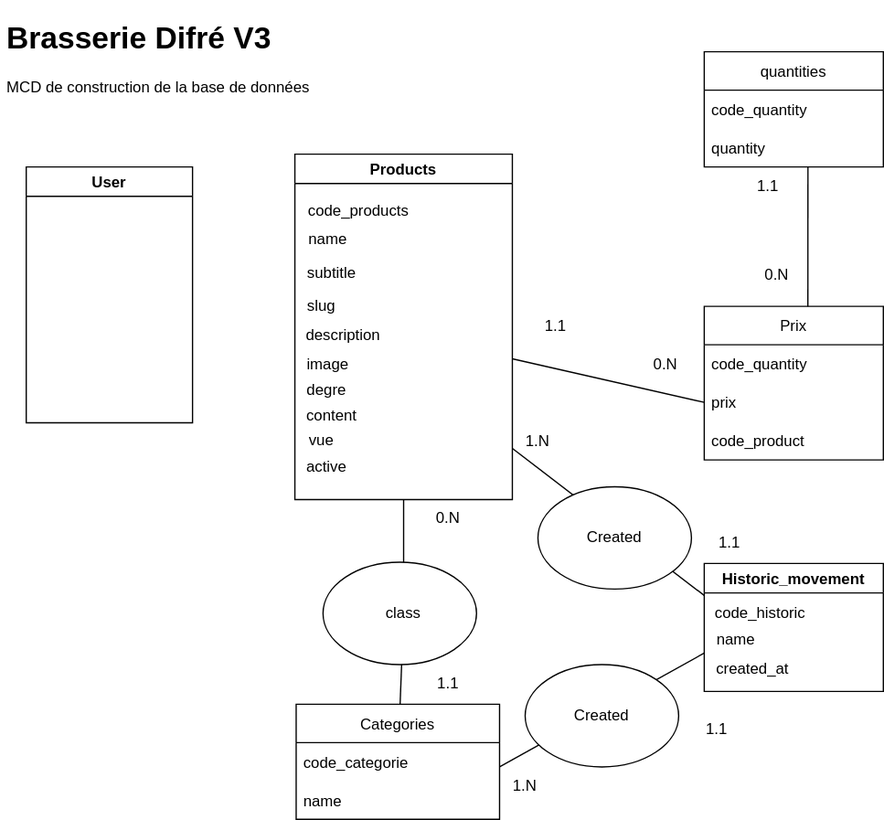
The draw.io diagram sources/mcd.drawio.svg in maitrecanard/brasseriedifre_v3, before a commit. Source tidied: cells renumbered, new cells last; positions are measured from the earlier drawing's top-left corner, leaving out a move shared by most shapes.
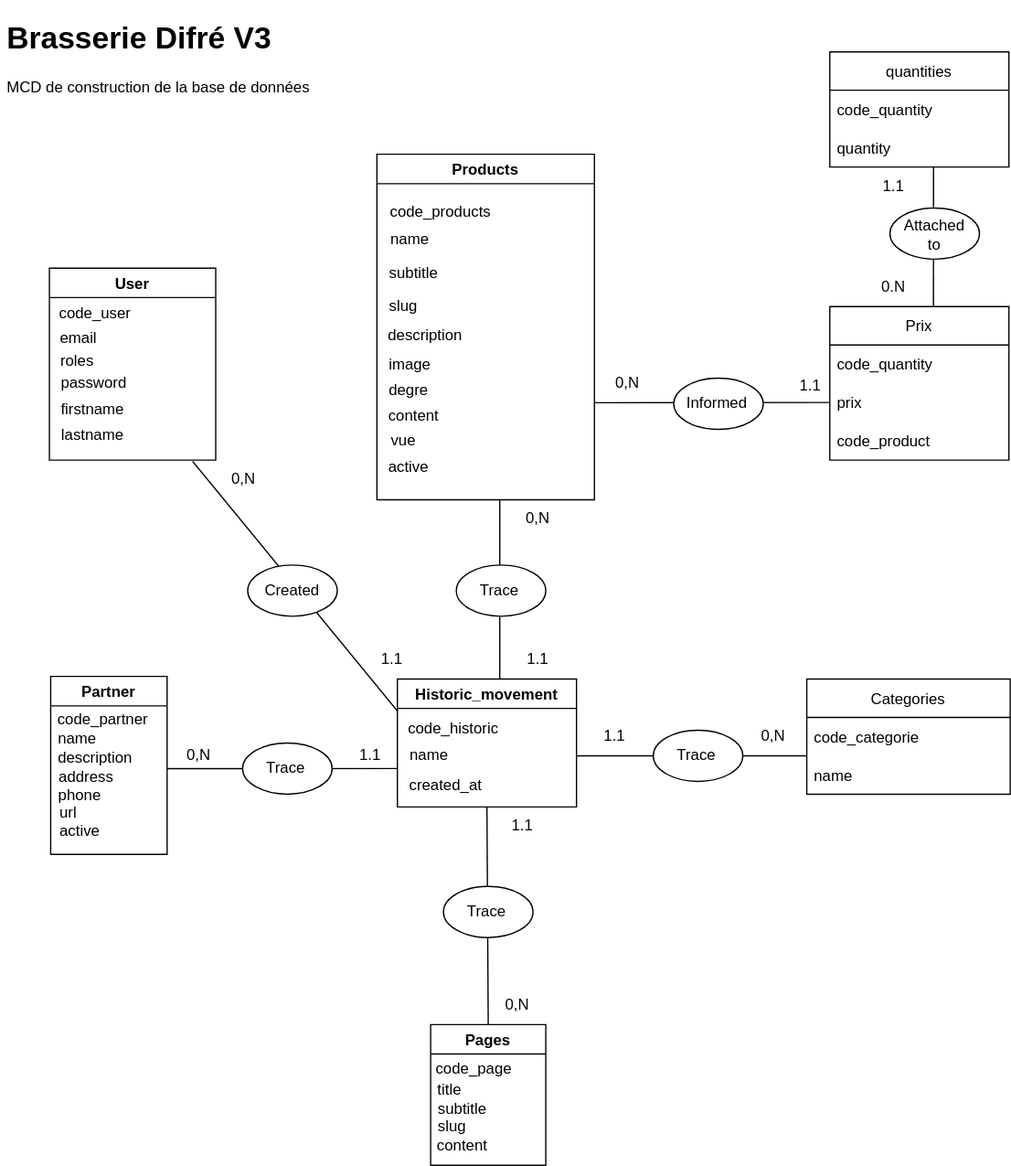
Above is the later version.

Commit message:
maj MCD

Diff of the diagram source:
```diff
@@ -8,9 +8,24 @@
     <mxCell id="3" value="User" style="swimlane;" parent="1" vertex="1">
-      <mxGeometry x="20" y="120" width="130" height="200" as="geometry" />
+      <mxGeometry x="38" y="199" width="130" height="150" as="geometry" />
     </mxCell>
-    <mxCell id="4" style="edgeStyle=none;html=1;" parent="1" edge="1" source="5" target="21">
-      <mxGeometry relative="1" as="geometry" />
-    </mxCell>
+    <mxCell id="49" value="code_user" style="text;html=1;strokeColor=none;fillColor=none;align=center;verticalAlign=middle;whiteSpace=wrap;rounded=0;" parent="3" vertex="1">
+      <mxGeometry x="6" y="21" width="60" height="30" as="geometry" />
+    </mxCell>
+    <mxCell id="50" value="email" style="text;html=1;strokeColor=none;fillColor=none;align=center;verticalAlign=middle;whiteSpace=wrap;rounded=0;" parent="3" vertex="1">
+      <mxGeometry x="-7" y="40" width="60" height="30" as="geometry" />
+    </mxCell>
+    <mxCell id="51" value="roles" style="text;html=1;strokeColor=none;fillColor=none;align=center;verticalAlign=middle;whiteSpace=wrap;rounded=0;" parent="3" vertex="1">
+      <mxGeometry x="-8" y="58" width="60" height="30" as="geometry" />
+    </mxCell>
+    <mxCell id="52" value="password" style="text;html=1;strokeColor=none;fillColor=none;align=center;verticalAlign=middle;whiteSpace=wrap;rounded=0;" parent="3" vertex="1">
+      <mxGeometry x="5" y="75" width="60" height="30" as="geometry" />
+    </mxCell>
+    <mxCell id="53" value="firstname" style="text;html=1;strokeColor=none;fillColor=none;align=center;verticalAlign=middle;whiteSpace=wrap;rounded=0;" parent="3" vertex="1">
+      <mxGeometry x="4" y="96" width="60" height="30" as="geometry" />
+    </mxCell>
+    <mxCell id="54" value="lastname" style="text;html=1;strokeColor=none;fillColor=none;align=center;verticalAlign=middle;whiteSpace=wrap;rounded=0;" parent="3" vertex="1">
+      <mxGeometry x="4" y="116" width="60" height="30" as="geometry" />
+    </mxCell>
     <mxCell id="5" value="Products" style="swimlane;" parent="1" vertex="1">
-      <mxGeometry x="230" y="110" width="170" height="270" as="geometry" />
+      <mxGeometry x="294" y="110" width="170" height="270" as="geometry" />
     </mxCell>
@@ -46,7 +61,4 @@
     </mxCell>
-    <mxCell id="16" style="edgeStyle=none;html=1;" parent="1" edge="1" source="17" target="21">
-      <mxGeometry relative="1" as="geometry" />
-    </mxCell>
     <mxCell id="17" value="Categories" style="swimlane;fontStyle=0;horizontal=1;startSize=30;" parent="1" vertex="1">
-      <mxGeometry x="231" y="540" width="159" height="90" as="geometry" />
+      <mxGeometry x="630" y="520" width="159" height="90" as="geometry" />
     </mxCell>
@@ -58,16 +70,4 @@
     </mxCell>
-    <mxCell id="20" style="ellipse;whiteSpace=wrap;html=1;" parent="1" vertex="1">
-      <mxGeometry x="252" y="429" width="120" height="80" as="geometry" />
-    </mxCell>
-    <mxCell id="21" value="class" style="text;html=1;strokeColor=none;fillColor=none;align=center;verticalAlign=middle;whiteSpace=wrap;rounded=0;" parent="1" vertex="1">
-      <mxGeometry x="285" y="454" width="60" height="30" as="geometry" />
-    </mxCell>
-    <mxCell id="22" value="1.1" style="text;html=1;strokeColor=none;fillColor=none;align=center;verticalAlign=middle;whiteSpace=wrap;rounded=0;" parent="1" vertex="1">
-      <mxGeometry x="320" y="509" width="60" height="30" as="geometry" />
-    </mxCell>
-    <mxCell id="23" value="0.N" style="text;html=1;strokeColor=none;fillColor=none;align=center;verticalAlign=middle;whiteSpace=wrap;rounded=0;" parent="1" vertex="1">
-      <mxGeometry x="320" y="380" width="60" height="30" as="geometry" />
-    </mxCell>
     <mxCell id="24" value="Prix" style="swimlane;fontStyle=0;horizontal=1;startSize=30;" parent="1" vertex="1">
-      <mxGeometry x="550" y="229" width="140" height="120" as="geometry" />
+      <mxGeometry x="648" y="229" width="140" height="120" as="geometry" />
     </mxCell>
@@ -83,3 +83,3 @@
     <mxCell id="28" value="quantities" style="swimlane;fontStyle=0;horizontal=1;startSize=30;" parent="1" vertex="1">
-      <mxGeometry x="550" y="30" width="140" height="90" as="geometry" />
+      <mxGeometry x="648" y="30" width="140" height="90" as="geometry" />
     </mxCell>
@@ -91,5 +91,5 @@
     </mxCell>
-    <mxCell id="31" style="endArrow=none;html=1;entryX=0;entryY=0.5;entryDx=0;entryDy=0;" parent="1" edge="1" target="26">
+    <mxCell id="31" style="endArrow=none;html=1;entryX=0;entryY=0.5;entryDx=0;entryDy=0;exitX=0.068;exitY=1.006;exitDx=0;exitDy=0;exitPerimeter=0;" parent="1" edge="1" source="59">
       <mxGeometry relative="1" as="geometry">
-        <mxPoint x="400" y="270" as="sourcePoint" />
+        <mxPoint x="648" y="304" as="targetPoint" />
       </mxGeometry>
@@ -98,20 +98,14 @@
       <mxGeometry relative="1" as="geometry">
-        <mxPoint x="631" y="229" as="sourcePoint" />
-        <mxPoint x="631.1" y="120" as="targetPoint" />
+        <mxPoint x="729" y="229" as="sourcePoint" />
+        <mxPoint x="729.1" y="120" as="targetPoint" />
       </mxGeometry>
     </mxCell>
-    <mxCell id="33" value="0.N" style="text;html=1;strokeColor=none;fillColor=none;align=center;verticalAlign=middle;whiteSpace=wrap;rounded=0;" parent="1" vertex="1">
-      <mxGeometry x="490" y="260" width="60" height="30" as="geometry" />
-    </mxCell>
-    <mxCell id="34" value="1.1" style="text;html=1;strokeColor=none;fillColor=none;align=center;verticalAlign=middle;whiteSpace=wrap;rounded=0;rotation=0;" parent="1" vertex="1">
-      <mxGeometry x="404" y="230" width="60" height="30" as="geometry" />
-    </mxCell>
     <mxCell id="35" value="0.N" style="text;html=1;strokeColor=none;fillColor=none;align=center;verticalAlign=middle;whiteSpace=wrap;rounded=0;" parent="1" vertex="1">
-      <mxGeometry x="577" y="190" width="60" height="30" as="geometry" />
+      <mxGeometry x="668" y="199" width="60" height="30" as="geometry" />
     </mxCell>
     <mxCell id="36" value="1.1" style="text;html=1;strokeColor=none;fillColor=none;align=center;verticalAlign=middle;whiteSpace=wrap;rounded=0;" parent="1" vertex="1">
-      <mxGeometry x="570" y="120" width="60" height="30" as="geometry" />
+      <mxGeometry x="668" y="120" width="60" height="30" as="geometry" />
     </mxCell>
     <mxCell id="37" value="Historic_movement" style="swimlane;" parent="1" vertex="1">
-      <mxGeometry x="550" y="430" width="140" height="100" as="geometry" />
+      <mxGeometry x="310" y="520" width="140" height="100" as="geometry" />
     </mxCell>
@@ -126,31 +120,147 @@
     </mxCell>
-    <mxCell id="41" style="endArrow=none;html=1;entryX=0;entryY=0.25;entryDx=0;entryDy=0;" parent="1" edge="1" target="37">
-      <mxGeometry relative="1" as="geometry">
-        <mxPoint x="400" y="340" as="sourcePoint" />
-      </mxGeometry>
-    </mxCell>
-    <mxCell id="42" style="endArrow=none;html=1;" parent="1" edge="1">
-      <mxGeometry relative="1" as="geometry">
-        <mxPoint x="390" y="589" as="sourcePoint" />
-        <mxPoint x="550" y="500" as="targetPoint" />
-      </mxGeometry>
-    </mxCell>
-    <mxCell id="43" value="Created" style="ellipse;whiteSpace=wrap;html=1;" parent="1" vertex="1">
-      <mxGeometry x="420" y="370" width="120" height="80" as="geometry" />
-    </mxCell>
-    <mxCell id="44" value="Created" style="ellipse;whiteSpace=wrap;html=1;" parent="1" vertex="1">
-      <mxGeometry x="410" y="509" width="120" height="80" as="geometry" />
-    </mxCell>
-    <mxCell id="45" value="1.N" style="text;html=1;strokeColor=none;fillColor=none;align=center;verticalAlign=middle;whiteSpace=wrap;rounded=0;" parent="1" vertex="1">
-      <mxGeometry x="390" y="320" width="60" height="30" as="geometry" />
-    </mxCell>
-    <mxCell id="46" value="1.1" style="text;html=1;strokeColor=none;fillColor=none;align=center;verticalAlign=middle;whiteSpace=wrap;rounded=0;" parent="1" vertex="1">
-      <mxGeometry x="540" y="399" width="60" height="30" as="geometry" />
-    </mxCell>
-    <mxCell id="47" value="1.N" style="text;html=1;strokeColor=none;fillColor=none;align=center;verticalAlign=middle;whiteSpace=wrap;rounded=0;" parent="1" vertex="1">
-      <mxGeometry x="380" y="589" width="60" height="30" as="geometry" />
-    </mxCell>
-    <mxCell id="48" value="1.1" style="text;html=1;strokeColor=none;fillColor=none;align=center;verticalAlign=middle;whiteSpace=wrap;rounded=0;" parent="1" vertex="1">
-      <mxGeometry x="530" y="545" width="60" height="30" as="geometry" />
-    </mxCell>
+    <mxCell id="55" style="endArrow=none;html=1;" parent="1" edge="1">
+      <mxGeometry relative="1" as="geometry">
+        <mxPoint x="450" y="580" as="sourcePoint" />
+        <mxPoint x="630" y="580" as="targetPoint" />
+      </mxGeometry>
+    </mxCell>
+    <mxCell id="56" style="endArrow=none;html=1;" parent="1" edge="1">
+      <mxGeometry relative="1" as="geometry">
+        <mxPoint x="390" y="520" as="sourcePoint" />
+        <mxPoint x="390" y="380" as="targetPoint" />
+      </mxGeometry>
+    </mxCell>
+    <mxCell id="57" style="ellipse;whiteSpace=wrap;html=1;" parent="1" vertex="1">
+      <mxGeometry x="526" y="285" width="70" height="40" as="geometry" />
+    </mxCell>
+    <mxCell id="58" value="Informed" style="text;html=1;strokeColor=none;fillColor=none;align=center;verticalAlign=middle;whiteSpace=wrap;rounded=0;" parent="1" vertex="1">
+      <mxGeometry x="530" y="290" width="60" height="30" as="geometry" />
+    </mxCell>
+    <mxCell id="59" value="0,N" style="text;html=1;strokeColor=none;fillColor=none;align=center;verticalAlign=middle;whiteSpace=wrap;rounded=0;" parent="1" vertex="1">
+      <mxGeometry x="460" y="274" width="60" height="30" as="geometry" />
+    </mxCell>
+    <mxCell id="60" value="1.1" style="text;html=1;strokeColor=none;fillColor=none;align=center;verticalAlign=middle;whiteSpace=wrap;rounded=0;" parent="1" vertex="1">
+      <mxGeometry x="603" y="276" width="60" height="30" as="geometry" />
+    </mxCell>
+    <mxCell id="61" style="ellipse;whiteSpace=wrap;html=1;" parent="1" vertex="1">
+      <mxGeometry x="510" y="560" width="70" height="40" as="geometry" />
+    </mxCell>
+    <mxCell id="62" value="Trace" style="text;html=1;strokeColor=none;fillColor=none;align=center;verticalAlign=middle;whiteSpace=wrap;rounded=0;" parent="1" vertex="1">
+      <mxGeometry x="514" y="565" width="60" height="30" as="geometry" />
+    </mxCell>
+    <mxCell id="63" value="1.1" style="text;html=1;strokeColor=none;fillColor=none;align=center;verticalAlign=middle;whiteSpace=wrap;rounded=0;" parent="1" vertex="1">
+      <mxGeometry x="390" y="490" width="60" height="30" as="geometry" />
+    </mxCell>
+    <mxCell id="64" value="1.1" style="text;html=1;strokeColor=none;fillColor=none;align=center;verticalAlign=middle;whiteSpace=wrap;rounded=0;" parent="1" vertex="1">
+      <mxGeometry x="450" y="550" width="60" height="30" as="geometry" />
+    </mxCell>
+    <mxCell id="65" style="ellipse;whiteSpace=wrap;html=1;" parent="1" vertex="1">
+      <mxGeometry x="356" y="431" width="70" height="40" as="geometry" />
+    </mxCell>
+    <mxCell id="66" value="Trace" style="text;html=1;strokeColor=none;fillColor=none;align=center;verticalAlign=middle;whiteSpace=wrap;rounded=0;" parent="1" vertex="1">
+      <mxGeometry x="360" y="436" width="60" height="30" as="geometry" />
+    </mxCell>
+    <mxCell id="67" value="0,N" style="text;html=1;strokeColor=none;fillColor=none;align=center;verticalAlign=middle;whiteSpace=wrap;rounded=0;" parent="1" vertex="1">
+      <mxGeometry x="390" y="380" width="60" height="30" as="geometry" />
+    </mxCell>
+    <mxCell id="68" value="0,N" style="text;html=1;strokeColor=none;fillColor=none;align=center;verticalAlign=middle;whiteSpace=wrap;rounded=0;" parent="1" vertex="1">
+      <mxGeometry x="574" y="550" width="60" height="30" as="geometry" />
+    </mxCell>
+    <mxCell id="69" style="ellipse;whiteSpace=wrap;html=1;" parent="1" vertex="1">
+      <mxGeometry x="695" y="152" width="70" height="40" as="geometry" />
+    </mxCell>
+    <mxCell id="70" value="Attached to" style="text;html=1;strokeColor=none;fillColor=none;align=center;verticalAlign=middle;whiteSpace=wrap;rounded=0;" parent="1" vertex="1">
+      <mxGeometry x="700" y="158" width="60" height="30" as="geometry" />
+    </mxCell>
+    <mxCell id="71" value="Partner" style="swimlane;" parent="1" vertex="1">
+      <mxGeometry x="39" y="518" width="91" height="139" as="geometry" />
+    </mxCell>
+    <mxCell id="72" value="code_partner" style="text;html=1;strokeColor=none;fillColor=none;align=center;verticalAlign=middle;whiteSpace=wrap;rounded=0;" parent="71" vertex="1">
+      <mxGeometry x="11" y="19" width="60" height="30" as="geometry" />
+    </mxCell>
+    <mxCell id="73" value="name" style="text;html=1;strokeColor=none;fillColor=none;align=center;verticalAlign=middle;whiteSpace=wrap;rounded=0;" parent="71" vertex="1">
+      <mxGeometry x="-9" y="34" width="60" height="30" as="geometry" />
+    </mxCell>
+    <mxCell id="74" value="description" style="text;html=1;strokeColor=none;fillColor=none;align=center;verticalAlign=middle;whiteSpace=wrap;rounded=0;" parent="71" vertex="1">
+      <mxGeometry x="5" y="49" width="60" height="30" as="geometry" />
+    </mxCell>
+    <mxCell id="75" value="address" style="text;html=1;strokeColor=none;fillColor=none;align=center;verticalAlign=middle;whiteSpace=wrap;rounded=0;" parent="71" vertex="1">
+      <mxGeometry x="-2" y="64" width="60" height="30" as="geometry" />
+    </mxCell>
+    <mxCell id="76" value="phone" style="text;html=1;strokeColor=none;fillColor=none;align=center;verticalAlign=middle;whiteSpace=wrap;rounded=0;" parent="71" vertex="1">
+      <mxGeometry x="-7" y="78" width="60" height="30" as="geometry" />
+    </mxCell>
+    <mxCell id="77" value="url" style="text;html=1;strokeColor=none;fillColor=none;align=center;verticalAlign=middle;whiteSpace=wrap;rounded=0;" parent="71" vertex="1">
+      <mxGeometry x="-16" y="92" width="60" height="30" as="geometry" />
+    </mxCell>
+    <mxCell id="78" value="active" style="text;html=1;strokeColor=none;fillColor=none;align=center;verticalAlign=middle;whiteSpace=wrap;rounded=0;" parent="71" vertex="1">
+      <mxGeometry x="-7" y="106" width="60" height="30" as="geometry" />
+    </mxCell>
+    <mxCell id="79" style="endArrow=none;html=1;entryX=0.083;entryY=0.833;entryDx=0;entryDy=0;entryPerimeter=0;" parent="1" edge="1" target="39">
+      <mxGeometry relative="1" as="geometry">
+        <mxPoint x="130" y="590" as="sourcePoint" />
+      </mxGeometry>
+    </mxCell>
+    <mxCell id="80" style="ellipse;whiteSpace=wrap;html=1;" parent="1" vertex="1">
+      <mxGeometry x="189" y="570" width="70" height="40" as="geometry" />
+    </mxCell>
+    <mxCell id="81" value="Trace" style="text;html=1;strokeColor=none;fillColor=none;align=center;verticalAlign=middle;whiteSpace=wrap;rounded=0;" parent="1" vertex="1">
+      <mxGeometry x="193" y="575" width="60" height="30" as="geometry" />
+    </mxCell>
+    <mxCell id="82" value="0,N" style="text;html=1;strokeColor=none;fillColor=none;align=center;verticalAlign=middle;whiteSpace=wrap;rounded=0;" parent="1" vertex="1">
+      <mxGeometry x="125" y="565" width="60" height="30" as="geometry" />
+    </mxCell>
+    <mxCell id="83" value="1.1" style="text;html=1;strokeColor=none;fillColor=none;align=center;verticalAlign=middle;whiteSpace=wrap;rounded=0;" parent="1" vertex="1">
+      <mxGeometry x="259" y="565" width="60" height="30" as="geometry" />
+    </mxCell>
+    <mxCell id="84" value="Pages" style="swimlane;" parent="1" vertex="1">
+      <mxGeometry x="336" y="790" width="90" height="110" as="geometry" />
+    </mxCell>
+    <mxCell id="85" value="code_page" style="text;html=1;strokeColor=none;fillColor=none;align=center;verticalAlign=middle;whiteSpace=wrap;rounded=0;" parent="84" vertex="1">
+      <mxGeometry x="4" y="20" width="60" height="30" as="geometry" />
+    </mxCell>
+    <mxCell id="86" value="title" style="text;html=1;strokeColor=none;fillColor=none;align=center;verticalAlign=middle;whiteSpace=wrap;rounded=0;" parent="84" vertex="1">
+      <mxGeometry x="-15" y="36" width="60" height="30" as="geometry" />
+    </mxCell>
+    <mxCell id="87" value="subtitle" style="text;html=1;strokeColor=none;fillColor=none;align=center;verticalAlign=middle;whiteSpace=wrap;rounded=0;" parent="84" vertex="1">
+      <mxGeometry x="-5" y="51" width="60" height="30" as="geometry" />
+    </mxCell>
+    <mxCell id="88" value="slug" style="text;html=1;strokeColor=none;fillColor=none;align=center;verticalAlign=middle;whiteSpace=wrap;rounded=0;" parent="84" vertex="1">
+      <mxGeometry x="-13" y="65" width="60" height="30" as="geometry" />
+    </mxCell>
+    <mxCell id="89" value="content" style="text;html=1;strokeColor=none;fillColor=none;align=center;verticalAlign=middle;whiteSpace=wrap;rounded=0;" parent="84" vertex="1">
+      <mxGeometry x="-5" y="80" width="60" height="30" as="geometry" />
+    </mxCell>
+    <mxCell id="90" style="endArrow=none;html=1;entryX=0.5;entryY=1;entryDx=0;entryDy=0;exitX=0.5;exitY=0;exitDx=0;exitDy=0;" parent="1" edge="1" source="84" target="37">
+      <mxGeometry relative="1" as="geometry" />
+    </mxCell>
+    <mxCell id="91" style="ellipse;whiteSpace=wrap;html=1;" parent="1" vertex="1">
+      <mxGeometry x="346" y="682" width="70" height="40" as="geometry" />
+    </mxCell>
+    <mxCell id="92" value="Trace" style="text;html=1;strokeColor=none;fillColor=none;align=center;verticalAlign=middle;whiteSpace=wrap;rounded=0;" parent="1" vertex="1">
+      <mxGeometry x="350" y="687" width="60" height="30" as="geometry" />
+    </mxCell>
+    <mxCell id="93" value="0,N" style="text;html=1;strokeColor=none;fillColor=none;align=center;verticalAlign=middle;whiteSpace=wrap;rounded=0;" parent="1" vertex="1">
+      <mxGeometry x="374" y="760" width="60" height="30" as="geometry" />
+    </mxCell>
+    <mxCell id="94" value="1.1" style="text;html=1;strokeColor=none;fillColor=none;align=center;verticalAlign=middle;whiteSpace=wrap;rounded=0;" parent="1" vertex="1">
+      <mxGeometry x="378" y="620" width="60" height="30" as="geometry" />
+    </mxCell>
+    <mxCell id="95" style="endArrow=none;html=1;entryX=0;entryY=0.25;entryDx=0;entryDy=0;" parent="1" edge="1" target="37">
+      <mxGeometry relative="1" as="geometry">
+        <mxPoint x="150" y="350" as="sourcePoint" />
+      </mxGeometry>
+    </mxCell>
+    <mxCell id="96" style="ellipse;whiteSpace=wrap;html=1;" parent="1" vertex="1">
+      <mxGeometry x="193" y="431" width="70" height="40" as="geometry" />
+    </mxCell>
+    <mxCell id="97" value="Created" style="text;html=1;strokeColor=none;fillColor=none;align=center;verticalAlign=middle;whiteSpace=wrap;rounded=0;" parent="1" vertex="1">
+      <mxGeometry x="198" y="436" width="60" height="30" as="geometry" />
+    </mxCell>
+    <mxCell id="98" value="1.1" style="text;html=1;strokeColor=none;fillColor=none;align=center;verticalAlign=middle;whiteSpace=wrap;rounded=0;" parent="1" vertex="1">
+      <mxGeometry x="276" y="490" width="60" height="30" as="geometry" />
+    </mxCell>
+    <mxCell id="99" value="0,N" style="text;html=1;strokeColor=none;fillColor=none;align=center;verticalAlign=middle;whiteSpace=wrap;rounded=0;" parent="1" vertex="1">
+      <mxGeometry x="160" y="349" width="60" height="30" as="geometry" />
+    </mxCell>
   </root>
```
